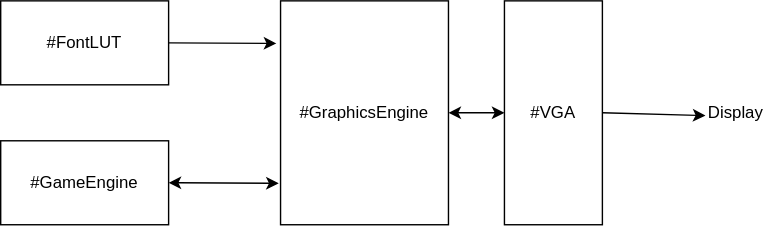
Earlier version of the draw.io export docs/block_diagram.drawio.svg (g-proto-ece5730/FinalProject). Source tidied: cells renumbered, new cells last; positions are measured from the earlier drawing's top-left corner, leaving out a move shared by most shapes.
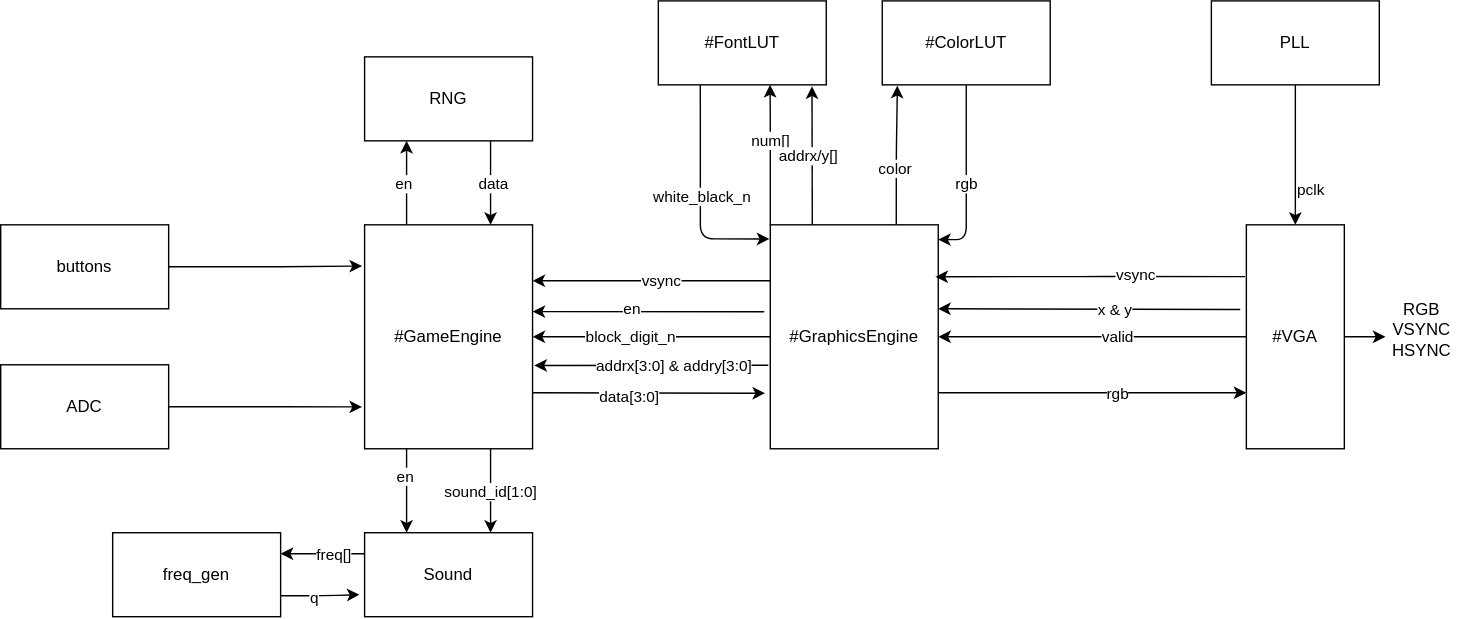
The same diagram one commit later.

Commit message:
Add to block diagram

Change to the diagram source:
```diff
@@ -2,32 +2,210 @@
   <root>
     <mxCell id="0" />
     <mxCell id="1" parent="0" />
-    <mxCell id="2" style="edgeStyle=none;html=1;exitX=1;exitY=0.5;exitDx=0;exitDy=0;entryX=-0.011;entryY=0.815;entryDx=0;entryDy=0;entryPerimeter=0;startArrow=classic;startFill=1;" parent="1" edge="1" source="3" target="5">
-      <mxGeometry relative="1" as="geometry" />
-    </mxCell>
+    <mxCell id="11" style="edgeStyle=orthogonalEdgeStyle;html=1;exitX=0.25;exitY=0;exitDx=0;exitDy=0;entryX=0.25;entryY=1;entryDx=0;entryDy=0;" parent="1" edge="1" source="3" target="50">
+      <mxGeometry relative="1" as="geometry" />
+    </mxCell>
+    <mxCell id="12" value="en" style="edgeLabel;html=1;align=center;verticalAlign=middle;" parent="11" vertex="1">
+      <mxGeometry x="-0.3" y="2" relative="1" as="geometry">
+        <mxPoint y="-9" as="offset" />
+      </mxGeometry>
+    </mxCell>
     <mxCell id="3" value="#GameEngine" style="rounded=0;whiteSpace=wrap;html=1;" parent="1" vertex="1">
-      <mxGeometry y="100" width="120" height="60" as="geometry" />
+      <mxGeometry x="-20" width="120" height="160" as="geometry" />
     </mxCell>
+    <mxCell id="13" style="edgeStyle=orthogonalEdgeStyle;html=1;exitX=0;exitY=0.25;exitDx=0;exitDy=0;entryX=1;entryY=0.25;entryDx=0;entryDy=0;" parent="1" edge="1" source="5" target="3">
+      <mxGeometry relative="1" as="geometry" />
+    </mxCell>
+    <mxCell id="14" value="vsync" style="edgeLabel;html=1;align=center;verticalAlign=middle;" parent="13" vertex="1">
+      <mxGeometry x="-0.08" relative="1" as="geometry" />
+    </mxCell>
+    <mxCell id="15" style="edgeStyle=none;html=1;exitX=0;exitY=0;exitDx=0;exitDy=0;entryX=0.665;entryY=1;entryDx=0;entryDy=0;entryPerimeter=0;" parent="1" edge="1" source="5" target="7">
+      <mxGeometry relative="1" as="geometry">
+        <Array as="points">
+          <mxPoint x="269.9" y="-80" />
+        </Array>
+      </mxGeometry>
+    </mxCell>
+    <mxCell id="16" value="num[]" style="edgeLabel;html=1;align=center;verticalAlign=middle;" parent="15" vertex="1">
+      <mxGeometry x="-0.39" y="-1" relative="1" as="geometry">
+        <mxPoint x="-1" y="-30" as="offset" />
+      </mxGeometry>
+    </mxCell>
+    <mxCell id="17" style="edgeStyle=none;html=1;exitX=0.25;exitY=0;exitDx=0;exitDy=0;entryX=0.915;entryY=1.017;entryDx=0;entryDy=0;entryPerimeter=0;" parent="1" edge="1" source="5" target="7">
+      <mxGeometry relative="1" as="geometry" />
+    </mxCell>
+    <mxCell id="18" value="addrx/y[]" style="edgeLabel;html=1;align=center;verticalAlign=middle;" parent="17" vertex="1">
+      <mxGeometry x="-0.42" y="3" relative="1" as="geometry">
+        <mxPoint y="-21" as="offset" />
+      </mxGeometry>
+    </mxCell>
+    <mxCell id="19" style="edgeStyle=orthogonalEdgeStyle;html=1;exitX=0.75;exitY=0;exitDx=0;exitDy=0;entryX=0.09;entryY=1.009;entryDx=0;entryDy=0;entryPerimeter=0;" parent="1" edge="1" source="5" target="33">
+      <mxGeometry relative="1" as="geometry" />
+    </mxCell>
+    <mxCell id="20" value="color" style="edgeLabel;html=1;align=center;verticalAlign=middle;" parent="19" vertex="1">
+      <mxGeometry x="-0.2" y="1" relative="1" as="geometry" />
+    </mxCell>
-    <mxCell id="4" style="edgeStyle=none;html=1;exitX=1;exitY=0.5;exitDx=0;exitDy=0;entryX=0;entryY=0.5;entryDx=0;entryDy=0;startArrow=classic;startFill=1;" parent="1" edge="1" source="5" target="9">
+    <mxCell id="4" style="edgeStyle=orthogonalEdgeStyle;html=1;exitX=1;exitY=0.75;exitDx=0;exitDy=0;entryX=0;entryY=0.75;entryDx=0;entryDy=0;" parent="1" edge="1" source="5" target="9">
       <mxGeometry relative="1" as="geometry" />
     </mxCell>
+    <mxCell id="21" value="rgb" style="edgeLabel;html=1;align=center;verticalAlign=middle;" parent="4" vertex="1">
+      <mxGeometry x="0.17" y="-1" relative="1" as="geometry" />
+    </mxCell>
+    <mxCell id="22" style="edgeStyle=orthogonalEdgeStyle;html=1;exitX=0.25;exitY=1;exitDx=0;exitDy=0;entryX=0.25;entryY=0;entryDx=0;entryDy=0;" parent="1" edge="1" source="3" target="53">
+      <mxGeometry relative="1" as="geometry" />
+    </mxCell>
+    <mxCell id="23" value="en" style="edgeLabel;html=1;align=center;verticalAlign=middle;" parent="22" vertex="1">
+      <mxGeometry x="-0.27" y="-1" relative="1" as="geometry">
+        <mxPoint y="-2" as="offset" />
+      </mxGeometry>
+    </mxCell>
+    <mxCell id="24" style="edgeStyle=orthogonalEdgeStyle;html=1;exitX=0.75;exitY=1;exitDx=0;exitDy=0;entryX=0.75;entryY=0;entryDx=0;entryDy=0;" parent="1" edge="1" source="3" target="53">
+      <mxGeometry relative="1" as="geometry" />
+    </mxCell>
+    <mxCell id="25" value="sound_id[1:0]" style="edgeLabel;html=1;align=center;verticalAlign=middle;" parent="24" vertex="1">
+      <mxGeometry x="-0.23" y="1" relative="1" as="geometry">
+        <mxPoint x="-1" y="7" as="offset" />
+      </mxGeometry>
+    </mxCell>
     <mxCell id="5" value="#GraphicsEngine" style="rounded=0;whiteSpace=wrap;html=1;" parent="1" vertex="1">
-      <mxGeometry x="200" width="120" height="160" as="geometry" />
+      <mxGeometry x="269.9" width="120" height="160" as="geometry" />
     </mxCell>
-    <mxCell id="6" style="edgeStyle=none;html=1;exitX=1;exitY=0.5;exitDx=0;exitDy=0;entryX=-0.025;entryY=0.19;entryDx=0;entryDy=0;entryPerimeter=0;" parent="1" edge="1" source="7" target="5">
+    <mxCell id="6" style="edgeStyle=orthogonalEdgeStyle;html=1;exitX=0.25;exitY=1;exitDx=0;exitDy=0;entryX=-0.005;entryY=0.063;entryDx=0;entryDy=0;entryPerimeter=0;" parent="1" edge="1" source="7" target="5">
       <mxGeometry relative="1" as="geometry" />
     </mxCell>
+    <mxCell id="26" value="white_black_n" style="edgeLabel;html=1;align=center;verticalAlign=middle;" parent="6" vertex="1">
+      <mxGeometry x="0.55" relative="1" as="geometry">
+        <mxPoint x="-13" y="-30" as="offset" />
+      </mxGeometry>
+    </mxCell>
     <mxCell id="7" value="#FontLUT" style="rounded=0;whiteSpace=wrap;html=1;" parent="1" vertex="1">
-      <mxGeometry width="120" height="60" as="geometry" />
+      <mxGeometry x="189.9" y="-160" width="120" height="60" as="geometry" />
     </mxCell>
     <mxCell id="8" style="edgeStyle=none;html=1;exitX=1;exitY=0.5;exitDx=0;exitDy=0;entryX=0.073;entryY=0.6;entryDx=0;entryDy=0;entryPerimeter=0;startArrow=none;startFill=0;" parent="1" edge="1" source="9" target="10">
       <mxGeometry relative="1" as="geometry" />
     </mxCell>
+    <mxCell id="27" style="edgeStyle=orthogonalEdgeStyle;html=1;entryX=0.983;entryY=0.232;entryDx=0;entryDy=0;entryPerimeter=0;" parent="1" edge="1" target="5">
+      <mxGeometry relative="1" as="geometry">
+        <mxPoint x="609" y="37" as="sourcePoint" />
+      </mxGeometry>
+    </mxCell>
+    <mxCell id="28" value="vsync" style="edgeLabel;html=1;align=center;verticalAlign=middle;" parent="27" vertex="1">
+      <mxGeometry x="0.15" y="-1" relative="1" as="geometry">
+        <mxPoint x="49" as="offset" />
+      </mxGeometry>
+    </mxCell>
+    <mxCell id="29" style="edgeStyle=orthogonalEdgeStyle;html=1;exitX=0;exitY=0.5;exitDx=0;exitDy=0;" parent="1" edge="1" source="9" target="5">
+      <mxGeometry relative="1" as="geometry" />
+    </mxCell>
+    <mxCell id="30" value="valid" style="edgeLabel;html=1;align=center;verticalAlign=middle;" parent="29" vertex="1">
+      <mxGeometry x="-0.16" relative="1" as="geometry" />
+    </mxCell>
     <mxCell id="9" value="#VGA" style="rounded=0;whiteSpace=wrap;html=1;" parent="1" vertex="1">
-      <mxGeometry x="360" width="70" height="160" as="geometry" />
+      <mxGeometry x="610" width="70" height="160" as="geometry" />
     </mxCell>
-    <mxCell id="10" value="Display" style="text;html=1;align=center;verticalAlign=middle;points=[];strokeColor=none;fillColor=none;" parent="1" vertex="1">
-      <mxGeometry x="500" y="70" width="50" height="20" as="geometry" />
+    <mxCell id="10" value="RGB&lt;br&gt;VSYNC&lt;br&gt;HSYNC&lt;br&gt;" style="text;html=1;align=center;verticalAlign=middle;points=[];strokeColor=none;fillColor=none;" parent="1" vertex="1">
+      <mxGeometry x="705" y="50" width="60" height="50" as="geometry" />
     </mxCell>
+    <mxCell id="31" style="edgeStyle=orthogonalEdgeStyle;html=1;exitX=0.5;exitY=1;exitDx=0;exitDy=0;entryX=0.999;entryY=0.066;entryDx=0;entryDy=0;entryPerimeter=0;" parent="1" edge="1" source="33" target="5">
+      <mxGeometry relative="1" as="geometry" />
+    </mxCell>
+    <mxCell id="32" value="rgb" style="edgeLabel;html=1;align=center;verticalAlign=middle;" parent="31" vertex="1">
+      <mxGeometry x="0.08" relative="1" as="geometry" />
+    </mxCell>
+    <mxCell id="33" value="#ColorLUT" style="rounded=0;whiteSpace=wrap;html=1;" parent="1" vertex="1">
+      <mxGeometry x="349.9" y="-160" width="120" height="60" as="geometry" />
+    </mxCell>
+    <mxCell id="34" style="edgeStyle=orthogonalEdgeStyle;html=1;exitX=0.5;exitY=1;exitDx=0;exitDy=0;entryX=0.5;entryY=0;entryDx=0;entryDy=0;" parent="1" edge="1" source="36" target="9">
+      <mxGeometry relative="1" as="geometry" />
+    </mxCell>
+    <mxCell id="35" value="pclk" style="edgeLabel;html=1;align=center;verticalAlign=middle;" parent="34" vertex="1">
+      <mxGeometry x="0.5" y="1" relative="1" as="geometry">
+        <mxPoint x="10" as="offset" />
+      </mxGeometry>
+    </mxCell>
+    <mxCell id="36" value="PLL" style="rounded=0;whiteSpace=wrap;html=1;" parent="1" vertex="1">
+      <mxGeometry x="585" y="-160" width="120" height="60" as="geometry" />
+    </mxCell>
+    <mxCell id="37" style="endArrow=classic;html=1;entryX=1;entryY=0.5;entryDx=0;entryDy=0;exitX=0;exitY=0.5;exitDx=0;exitDy=0;" parent="1" edge="1" source="5" target="3">
+      <mxGeometry relative="1" as="geometry" />
+    </mxCell>
+    <mxCell id="38" value="block_digit_n" style="edgeLabel;html=1;align=center;verticalAlign=middle;" parent="37" vertex="1">
+      <mxGeometry x="-0.89" y="2" relative="1" as="geometry">
+        <mxPoint x="-91" y="-2" as="offset" />
+      </mxGeometry>
+    </mxCell>
+    <mxCell id="39" style="endArrow=classic;html=1;entryX=1.011;entryY=0.628;entryDx=0;entryDy=0;entryPerimeter=0;exitX=-0.012;exitY=0.627;exitDx=0;exitDy=0;exitPerimeter=0;" parent="1" edge="1" source="5" target="3">
+      <mxGeometry relative="1" as="geometry" />
+    </mxCell>
+    <mxCell id="40" value="addrx[3:0] &amp;amp; addry[3:0]" style="edgeLabel;html=1;align=center;verticalAlign=middle;" parent="39" vertex="1">
+      <mxGeometry x="-0.36" y="1" relative="1" as="geometry">
+        <mxPoint x="-15" y="-1" as="offset" />
+      </mxGeometry>
+    </mxCell>
+    <mxCell id="2" style="endArrow=classic;html=1;exitX=1;exitY=0.75;exitDx=0;exitDy=0;entryX=-0.031;entryY=0.752;entryDx=0;entryDy=0;entryPerimeter=0;" parent="1" edge="1" source="3" target="5">
+      <mxGeometry relative="1" as="geometry" />
+    </mxCell>
+    <mxCell id="41" value="data[3:0]" style="edgeLabel;html=1;align=center;verticalAlign=middle;" parent="2" vertex="1">
+      <mxGeometry x="0.12" y="-2" relative="1" as="geometry">
+        <mxPoint x="-24" as="offset" />
+      </mxGeometry>
+    </mxCell>
+    <mxCell id="42" style="endArrow=classic;html=1;exitX=-0.063;exitY=0.378;exitDx=0;exitDy=0;entryX=0.999;entryY=0.375;entryDx=0;entryDy=0;entryPerimeter=0;exitPerimeter=0;" parent="1" edge="1" source="9" target="5">
+      <mxGeometry relative="1" as="geometry" />
+    </mxCell>
+    <mxCell id="43" value="x &amp;amp; y" style="edgeLabel;html=1;align=center;verticalAlign=middle;" parent="42" vertex="1">
+      <mxGeometry x="-0.16" relative="1" as="geometry" />
+    </mxCell>
+    <mxCell id="44" style="edgeStyle=orthogonalEdgeStyle;html=1;exitX=1;exitY=0.5;exitDx=0;exitDy=0;entryX=-0.015;entryY=0.184;entryDx=0;entryDy=0;entryPerimeter=0;" parent="1" edge="1" source="45" target="3">
+      <mxGeometry relative="1" as="geometry" />
+    </mxCell>
+    <mxCell id="45" value="buttons" style="rounded=0;whiteSpace=wrap;html=1;" parent="1" vertex="1">
+      <mxGeometry x="-280" width="120" height="60" as="geometry" />
+    </mxCell>
+    <mxCell id="46" style="edgeStyle=orthogonalEdgeStyle;html=1;exitX=1;exitY=0.5;exitDx=0;exitDy=0;entryX=-0.015;entryY=0.813;entryDx=0;entryDy=0;entryPerimeter=0;" parent="1" edge="1" source="47" target="3">
+      <mxGeometry relative="1" as="geometry" />
+    </mxCell>
+    <mxCell id="47" value="ADC" style="rounded=0;whiteSpace=wrap;html=1;" parent="1" vertex="1">
+      <mxGeometry x="-280" y="100" width="120" height="60" as="geometry" />
+    </mxCell>
+    <mxCell id="48" style="edgeStyle=orthogonalEdgeStyle;html=1;exitX=0.75;exitY=1;exitDx=0;exitDy=0;entryX=0.75;entryY=0;entryDx=0;entryDy=0;" parent="1" edge="1" source="50" target="3">
+      <mxGeometry relative="1" as="geometry" />
+    </mxCell>
+    <mxCell id="49" value="data" style="edgeLabel;html=1;align=center;verticalAlign=middle;" parent="48" vertex="1">
+      <mxGeometry x="0.3" y="2" relative="1" as="geometry">
+        <mxPoint y="-9" as="offset" />
+      </mxGeometry>
+    </mxCell>
+    <mxCell id="50" value="RNG" style="rounded=0;whiteSpace=wrap;html=1;" parent="1" vertex="1">
+      <mxGeometry x="-20" y="-120" width="120" height="60" as="geometry" />
+    </mxCell>
+    <mxCell id="51" style="edgeStyle=orthogonalEdgeStyle;html=1;exitX=0;exitY=0.25;exitDx=0;exitDy=0;entryX=1;entryY=0.25;entryDx=0;entryDy=0;" parent="1" edge="1" source="53" target="58">
+      <mxGeometry relative="1" as="geometry" />
+    </mxCell>
+    <mxCell id="52" value="freq[]" style="edgeLabel;html=1;align=center;verticalAlign=middle;" parent="51" vertex="1">
+      <mxGeometry x="-0.23" y="1" relative="1" as="geometry" />
+    </mxCell>
+    <mxCell id="53" value="Sound" style="rounded=0;whiteSpace=wrap;html=1;" parent="1" vertex="1">
+      <mxGeometry x="-20" y="220" width="120" height="60" as="geometry" />
+    </mxCell>
+    <mxCell id="54" style="endArrow=classic;html=1;exitX=-0.036;exitY=0.388;exitDx=0;exitDy=0;exitPerimeter=0;" parent="1" edge="1" source="5">
+      <mxGeometry relative="1" as="geometry">
+        <mxPoint x="100" y="62" as="targetPoint" />
+      </mxGeometry>
+    </mxCell>
+    <mxCell id="55" value="en" style="edgeLabel;html=1;align=center;verticalAlign=middle;" parent="54" vertex="1">
+      <mxGeometry x="-0.26" y="-1" relative="1" as="geometry">
+        <mxPoint x="-34" y="-1" as="offset" />
+      </mxGeometry>
+    </mxCell>
+    <mxCell id="56" style="edgeStyle=orthogonalEdgeStyle;html=1;exitX=1;exitY=0.75;exitDx=0;exitDy=0;entryX=-0.03;entryY=0.738;entryDx=0;entryDy=0;entryPerimeter=0;" parent="1" edge="1" source="58" target="53">
+      <mxGeometry relative="1" as="geometry" />
+    </mxCell>
+    <mxCell id="57" value="q" style="edgeLabel;html=1;align=center;verticalAlign=middle;" parent="56" vertex="1">
+      <mxGeometry x="-0.18" y="-2" relative="1" as="geometry" />
+    </mxCell>
+    <mxCell id="58" value="freq_gen" style="rounded=0;whiteSpace=wrap;html=1;" parent="1" vertex="1">
+      <mxGeometry x="-200" y="220" width="120" height="60" as="geometry" />
+    </mxCell>
   </root>
 </mxGraphModel>
```
